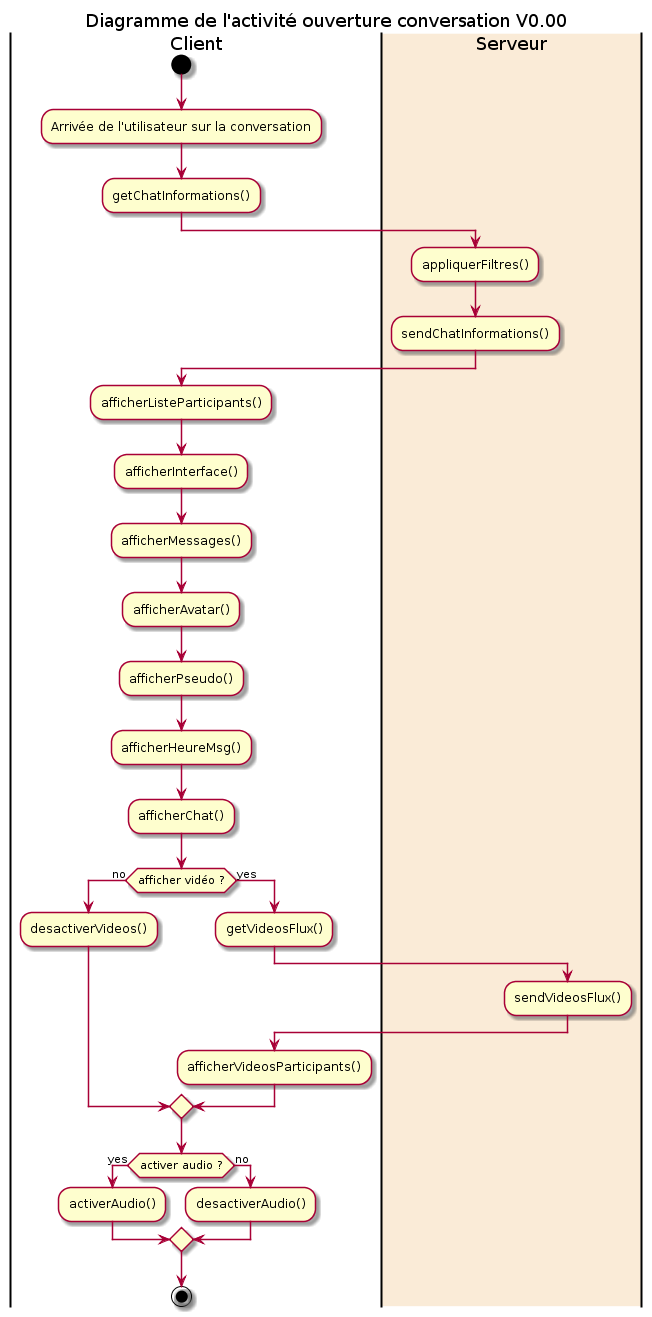
This is DC/diagrammes/activity-openConv-diag.png from gdarchen/WhatsASI, a PlantUML export, as it was before one commit.
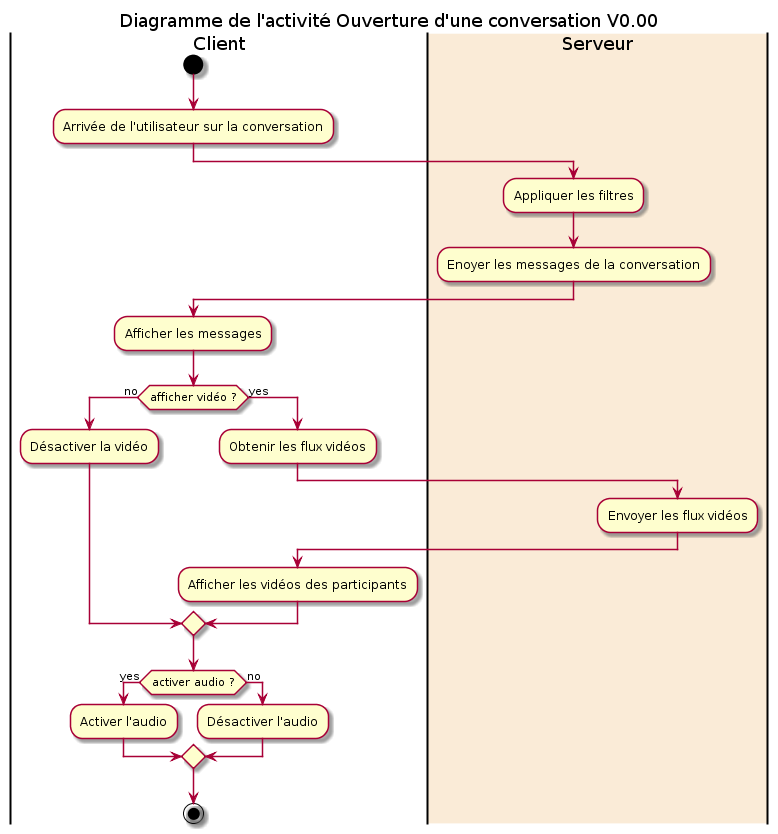
The same diagram one commit later.

Diff of the diagram source:
```diff
@@ -1,34 +1,27 @@
 @startuml
-title Diagramme de l'activité ouverture conversation V0.00
+title Diagramme de l'activité Ouverture d'une conversation V0.00
 
 |Client|
 start
 :Arrivée de l'utilisateur sur la conversation;
-:getChatInformations();
 |#AntiqueWhite|Serveur|
-:appliquerFiltres();
-:sendChatInformations();
+:Appliquer les filtres;
+:Enoyer les messages de la conversation;
 |Client|
-:afficherListeParticipants();
-:afficherInterface();
-:afficherMessages();
-:afficherAvatar();
-:afficherPseudo();
-:afficherHeureMsg();
-:afficherChat();
+:Afficher les messages;
 if (afficher vidéo ?) then (no)
-  :desactiverVideos();
+  :Désactiver la vidéo;
 else (yes)
-  :getVideosFlux();
+  :Obtenir les flux vidéos;
   |Serveur|
-  :sendVideosFlux();
+  :Envoyer les flux vidéos;
   |Client|
-  :afficherVideosParticipants();
+  :Afficher les vidéos des participants;
 endif
 if (activer audio ?) then (yes)
-  :activerAudio();
+  :Activer l'audio;
 else (no)
-  :desactiverAudio();
+  :Désactiver l'audio;
 endif
 stop
 @enduml
```
